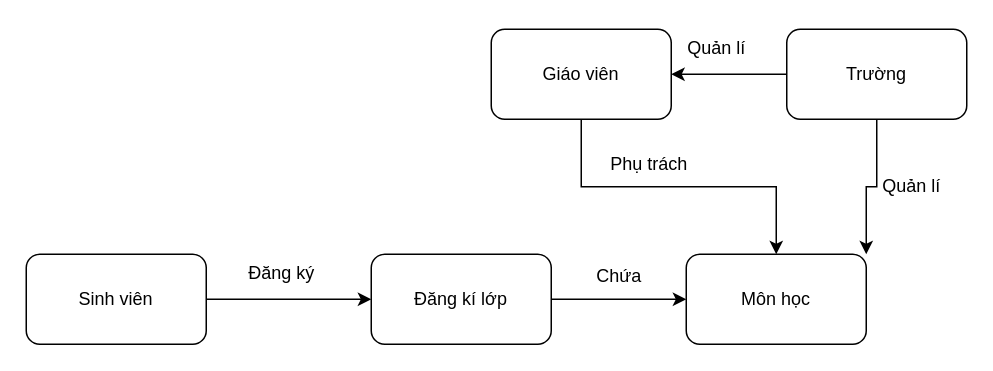
The draw.io diagram page "Trang-1" (1 of 2) of Biểu đồ không có tiêu đề.drawio in lethanhdathust/algorithm, before the edit. Source tidied: cells renumbered, new cells numbered last; positions are measured from the earlier drawing's top-left corner, leaving out a move shared by most shapes. Both pictures are drawn from the tidied source at 150%, with x=0, y=0 at pixel (26, 26).
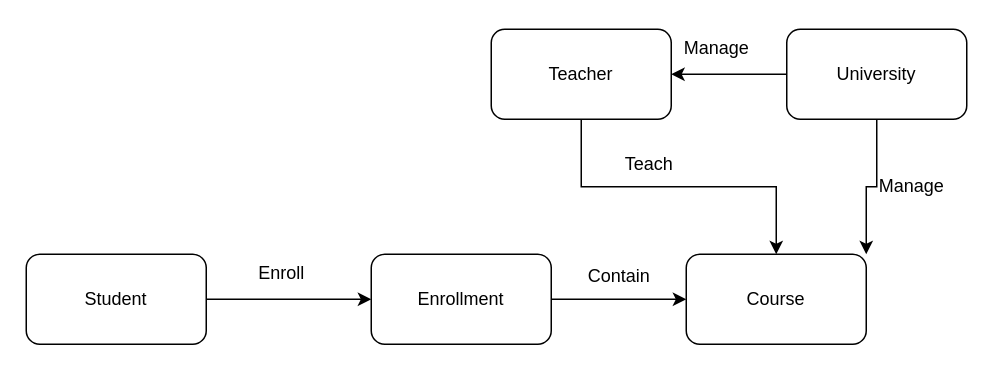
After the change.

Diff of the diagram source:
```diff
@@
 <mxGraphModel>
   <root>
     <mxCell id="0" />
     <mxCell id="1" parent="0" />
-    <mxCell id="2" value="Môn học" style="rounded=1;whiteSpace=wrap;html=1;" parent="1" vertex="1">
+    <mxCell id="2" value="Course" style="rounded=1;whiteSpace=wrap;html=1;" parent="1" vertex="1">
       <mxGeometry x="440" y="152" width="120" height="60" as="geometry" />
     </mxCell>
     <mxCell id="3" style="edgeStyle=orthogonalEdgeStyle;rounded=0;jettySize=auto;html=1;exitX=1;exitY=0.5;exitDx=0;exitDy=0;" parent="1" edge="1" source="4" target="6">
       <mxGeometry relative="1" as="geometry" />
     </mxCell>
-    <mxCell id="4" value="Sinh viên" style="rounded=1;whiteSpace=wrap;html=1;" parent="1" vertex="1">
+    <mxCell id="4" value="Student" style="rounded=1;whiteSpace=wrap;html=1;" parent="1" vertex="1">
       <mxGeometry y="152" width="120" height="60" as="geometry" />
     </mxCell>
     <mxCell id="5" style="edgeStyle=orthogonalEdgeStyle;rounded=0;jettySize=auto;html=1;exitX=1;exitY=0.5;exitDx=0;exitDy=0;" parent="1" edge="1" source="6" target="2">
       <mxGeometry relative="1" as="geometry" />
     </mxCell>
-    <mxCell id="6" value="Đăng kí lớp" style="rounded=1;whiteSpace=wrap;html=1;" parent="1" vertex="1">
+    <mxCell id="6" value="Enrollment" style="rounded=1;whiteSpace=wrap;html=1;" parent="1" vertex="1">
       <mxGeometry x="230" y="152" width="120" height="60" as="geometry" />
     </mxCell>
     <mxCell id="7" style="edgeStyle=orthogonalEdgeStyle;rounded=0;jettySize=auto;html=1;exitX=0.5;exitY=1;exitDx=0;exitDy=0;entryX=0.5;entryY=0;entryDx=0;entryDy=0;" parent="1" edge="1" source="8" target="2">
       <mxGeometry relative="1" as="geometry" />
     </mxCell>
-    <mxCell id="8" value="Giáo viên" style="rounded=1;whiteSpace=wrap;html=1;" parent="1" vertex="1">
+    <mxCell id="8" value="Teacher" style="rounded=1;whiteSpace=wrap;html=1;" parent="1" vertex="1">
       <mxGeometry x="310" y="2" width="120" height="60" as="geometry" />
     </mxCell>
-    <mxCell id="9" value="Đăng ký" style="text;html=1;align=center;verticalAlign=middle;strokeColor=none;fillColor=none;" parent="1" vertex="1">
-      <mxGeometry x="135" y="150" width="70" height="30" as="geometry" />
+    <mxCell id="9" value="Enroll" style="text;html=1;align=center;verticalAlign=middle;strokeColor=none;fillColor=none;" parent="1" vertex="1">
+      <mxGeometry x="145" y="150" width="50" height="30" as="geometry" />
     </mxCell>
-    <mxCell id="10" value="Chứa" style="text;html=1;align=center;verticalAlign=middle;strokeColor=none;fillColor=none;" parent="1" vertex="1">
-      <mxGeometry x="370" y="152" width="50" height="30" as="geometry" />
+    <mxCell id="10" value="Contain" style="text;html=1;align=center;verticalAlign=middle;strokeColor=none;fillColor=none;" parent="1" vertex="1">
+      <mxGeometry x="365" y="152" width="60" height="30" as="geometry" />
     </mxCell>
-    <mxCell id="11" value="Phụ trách" style="text;html=1;align=center;verticalAlign=middle;strokeColor=none;fillColor=none;" parent="1" vertex="1">
-      <mxGeometry x="380" y="77" width="70" height="30" as="geometry" />
+    <mxCell id="11" value="Teach" style="text;html=1;align=center;verticalAlign=middle;strokeColor=none;fillColor=none;" parent="1" vertex="1">
+      <mxGeometry x="385" y="77" width="60" height="30" as="geometry" />
     </mxCell>
     <mxCell id="12" style="edgeStyle=orthogonalEdgeStyle;rounded=0;jettySize=auto;html=1;exitX=0.5;exitY=1;exitDx=0;exitDy=0;entryX=1;entryY=0;entryDx=0;entryDy=0;" parent="1" edge="1" source="14" target="2">
       <mxGeometry relative="1" as="geometry" />
     </mxCell>
     <mxCell id="13" style="edgeStyle=orthogonalEdgeStyle;rounded=0;jettySize=auto;html=1;exitX=0;exitY=0.5;exitDx=0;exitDy=0;entryX=1;entryY=0.5;entryDx=0;entryDy=0;" parent="1" edge="1" source="14" target="8">
       <mxGeometry relative="1" as="geometry" />
     </mxCell>
-    <mxCell id="14" value="Trường" style="rounded=1;whiteSpace=wrap;html=1;" parent="1" vertex="1">
+    <mxCell id="14" value="University" style="rounded=1;whiteSpace=wrap;html=1;" parent="1" vertex="1">
       <mxGeometry x="507" y="2" width="120" height="60" as="geometry" />
     </mxCell>
-    <mxCell id="15" value="Quản lí" style="text;html=1;align=center;verticalAlign=middle;strokeColor=none;fillColor=none;" parent="1" vertex="1">
-      <mxGeometry x="560" y="91.5" width="60" height="30" as="geometry" />
+    <mxCell id="15" value="Manage" style="text;html=1;align=center;verticalAlign=middle;strokeColor=none;fillColor=none;" parent="1" vertex="1">
+      <mxGeometry x="555" y="91.5" width="70" height="30" as="geometry" />
     </mxCell>
-    <mxCell id="16" value="Quản lí" style="text;html=1;align=center;verticalAlign=middle;strokeColor=none;fillColor=none;" parent="1" vertex="1">
-      <mxGeometry x="430" width="60" height="30" as="geometry" />
+    <mxCell id="16" value="Manage" style="text;html=1;align=center;verticalAlign=middle;strokeColor=none;fillColor=none;" parent="1" vertex="1">
+      <mxGeometry x="425" width="70" height="30" as="geometry" />
     </mxCell>
   </root>
 </mxGraphModel>
```
